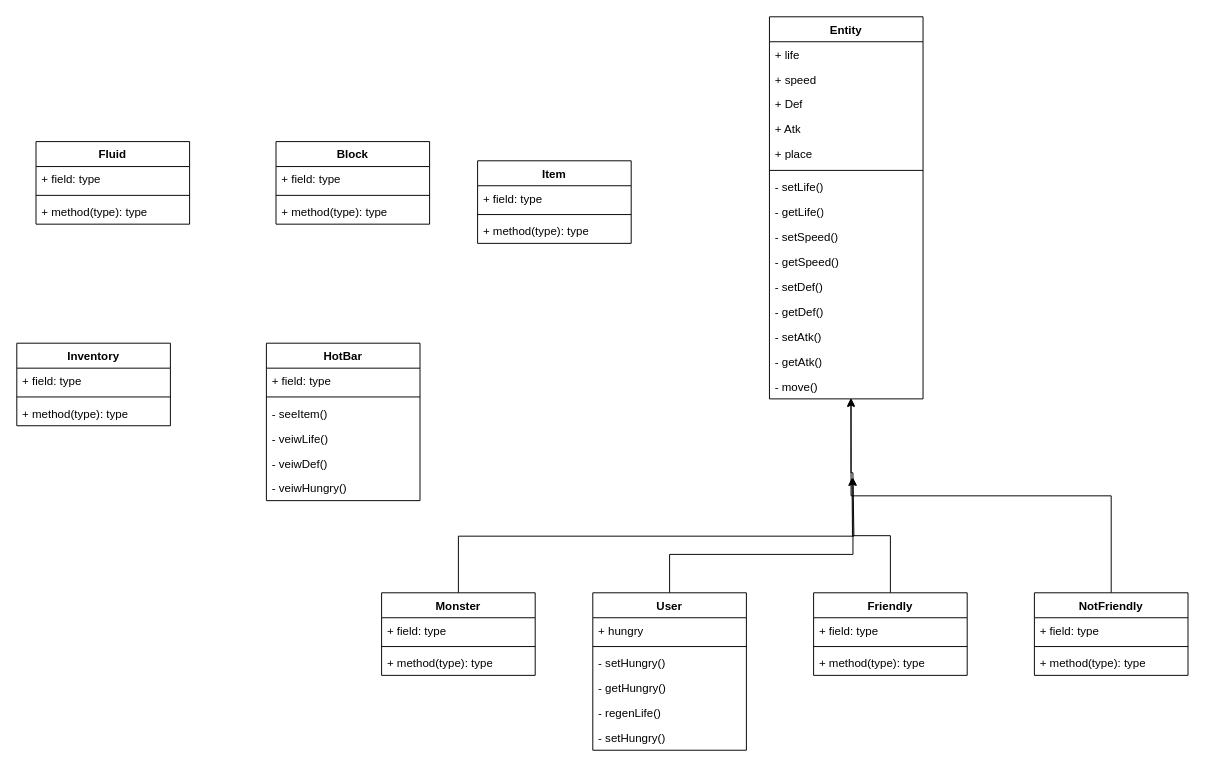
This is 과제 제출용 클래스 다이어그램.drawio from devjimy912/JavaP_study, a draw.io file, before an edit. Source tidied: cells renumbered, new cells numbered last; positions are measured from the earlier drawing's top-left corner, leaving out a move shared by most shapes. Both pictures are drawn from the tidied source at 96%, with x=0, y=0 at pixel (16, 16).
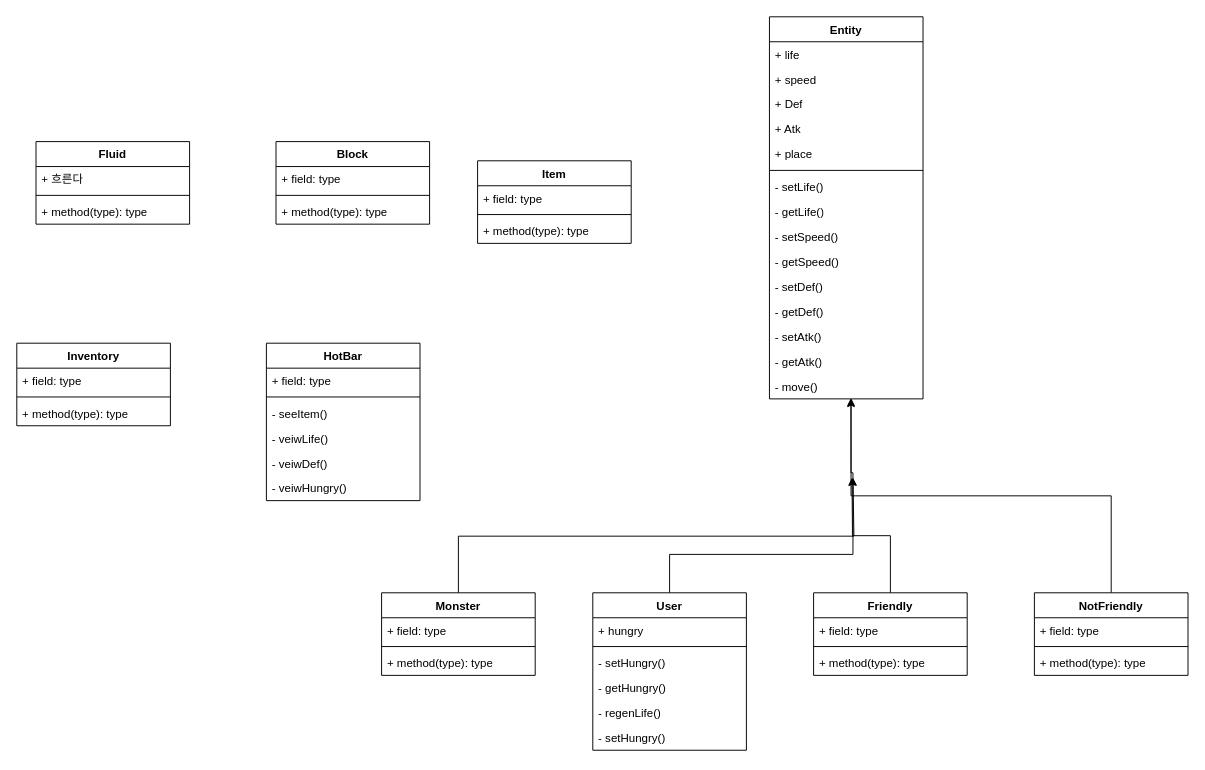
The same page after the edit.

Commit message:
과제 제출용 클래스 다이어그램.drawio 업데이트

The change refers to these unchanged cells:
```xml
<mxCell id="41" value="Fluid" style="swimlane;fontStyle=1;align=center;verticalAlign=top;horizontal=1;startSize=26;whiteSpace=wrap;html=1;" parent="1" vertex="1">
  <mxGeometry x="20" y="130" width="160" height="86" as="geometry" />
</mxCell>
```

The edit, as a diff of the source:
```diff
@@
-    <mxCell id="42" value="+ field: type" style="text;strokeColor=none;fillColor=none;align=left;verticalAlign=top;spacingLeft=4;spacingRight=4;overflow=hidden;whiteSpace=wrap;html=1;" parent="41" vertex="1">
+    <mxCell id="42" value="+ 흐른다" style="text;strokeColor=none;fillColor=none;align=left;verticalAlign=top;spacingLeft=4;spacingRight=4;overflow=hidden;whiteSpace=wrap;html=1;" parent="41" vertex="1">
       <mxGeometry y="26" width="160" height="26" as="geometry" />
     </mxCell>
```
